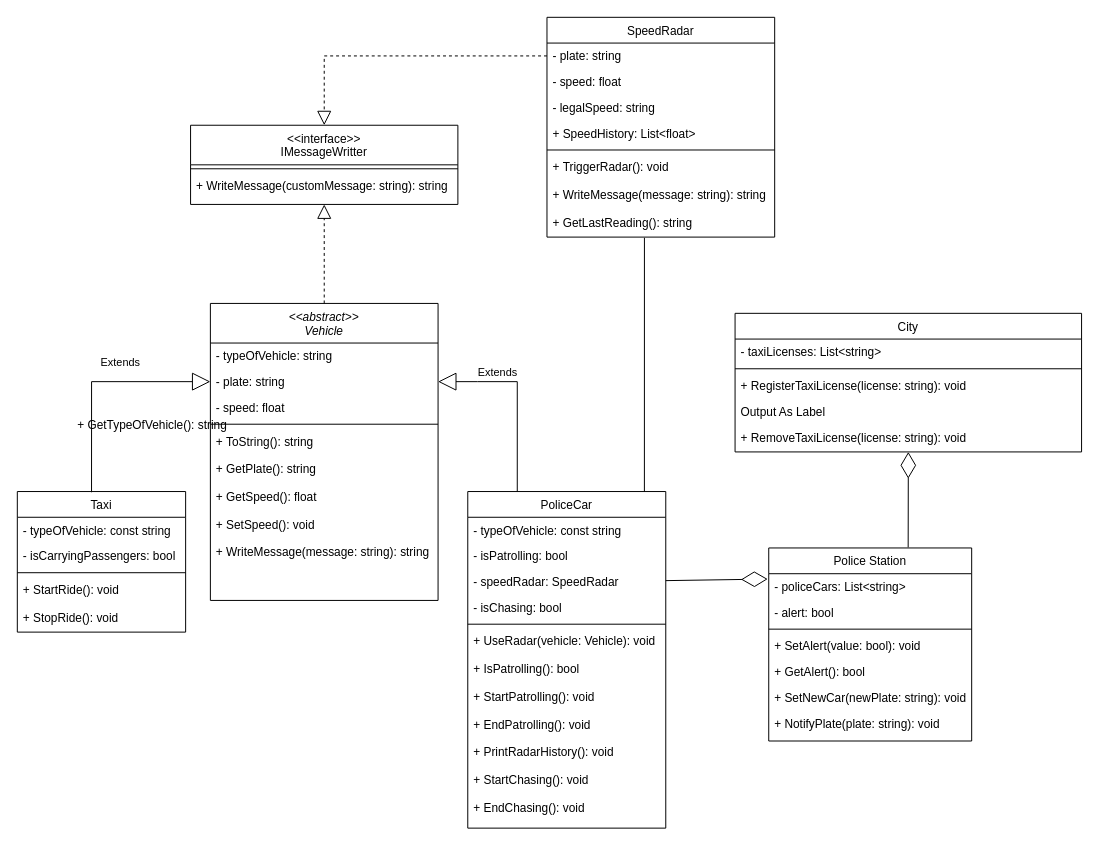
The draw.io diagram Practica2/Practica2_UML.drawio in 202215473/PyTP_practicas, before the edit. Source tidied: cells renumbered, new cells numbered last; positions are measured from the earlier drawing's top-left corner, leaving out a move shared by most shapes. Both pictures are drawn from the tidied source at 99%, with x=0, y=0 at pixel (17, 17).
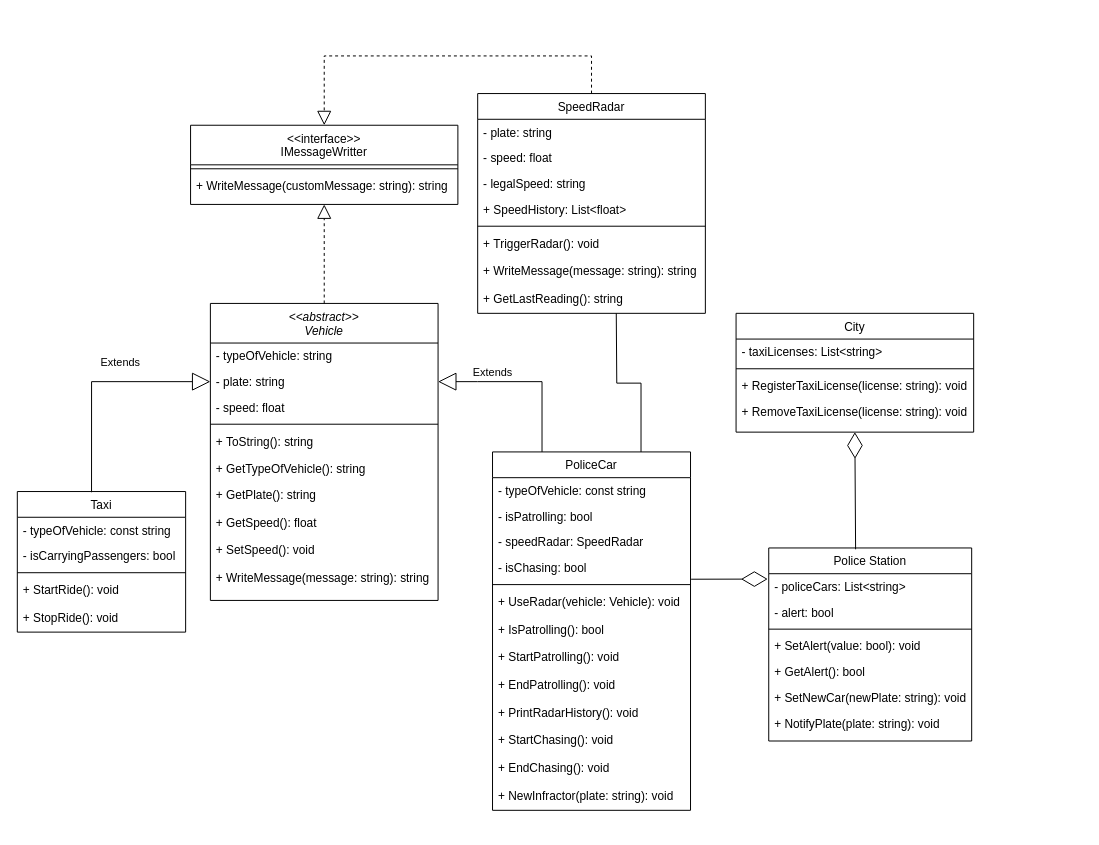
Above is the later version.

The change refers to these unchanged cells:
```xml
<mxCell id="4" value="- plate: string" style="text;align=left;verticalAlign=top;spacingLeft=4;spacingRight=4;overflow=hidden;points=[[0,0.5],[1,0.5]];portConstraint=eastwest;rounded=0;shadow=0;html=0;" parent="2" vertex="1">
  <mxGeometry y="66" width="230" height="26" as="geometry" />
</mxCell>
<mxCell id="22" value="- isChasing: bool" style="text;align=left;verticalAlign=top;spacingLeft=4;spacingRight=4;overflow=hidden;points=[[0,0.5],[1,0.5]];portConstraint=eastwest;rounded=0;shadow=0;html=0;" parent="18" vertex="1">
  <mxGeometry y="104" width="200" height="26" as="geometry" />
</mxCell>
<mxCell id="32" value="- policeCars: List&lt;string&gt;" style="text;align=left;verticalAlign=top;spacingLeft=4;spacingRight=4;overflow=hidden;points=[[0,0.5],[1,0.5]];portConstraint=eastwest;" parent="31" vertex="1">
  <mxGeometry y="26" width="205" height="26" as="geometry" />
</mxCell>
<mxCell id="40" value="- plate: string" style="text;align=left;verticalAlign=top;spacingLeft=4;spacingRight=4;overflow=hidden;points=[[0,0.5],[1,0.5]];portConstraint=eastwest;rounded=0;shadow=0;html=0;" parent="39" vertex="1">
  <mxGeometry y="26" width="230" height="26" as="geometry" />
</mxCell>
<mxCell id="47" value="+ GetLastReading(): string" style="text;align=left;verticalAlign=top;spacingLeft=4;spacingRight=4;overflow=hidden;points=[[0,0.5],[1,0.5]];portConstraint=eastwest;" parent="39" vertex="1">
  <mxGeometry y="194" width="230" height="28" as="geometry" />
</mxCell>
```

What changed in the source:
```diff
@@
-    <mxCell id="0" />
-    <mxCell id="1" parent="0" />
+    <mxCell id="65" />
+    <mxCell id="66" parent="65" />
-    <mxCell id="2" value="&lt;&lt;abstract&gt;&gt;&#10;Vehicle" style="swimlane;fontStyle=2;align=center;verticalAlign=top;horizontal=1;startSize=40;rounded=0;shadow=0;strokeWidth=1;" parent="1" vertex="1">
+    <mxCell id="2" value="&lt;&lt;abstract&gt;&gt;&#10;Vehicle" style="swimlane;fontStyle=2;align=center;verticalAlign=top;horizontal=1;startSize=40;rounded=0;shadow=0;strokeWidth=1;" parent="66" vertex="1">
       <mxGeometry x="195" y="289" width="230" height="300" as="geometry" />
     </mxCell>
@@
+    <mxCell id="64" value="+ GetTypeOfVehicle(): string" style="text;align=left;verticalAlign=top;spacingLeft=4;spacingRight=4;overflow=hidden;fontStyle=0;" parent="2" vertex="1">
+      <mxGeometry y="154" width="230" height="26" as="geometry" />
+    </mxCell>
     <mxCell id="8" value="+ GetPlate(): string" style="text;align=left;verticalAlign=top;spacingLeft=4;spacingRight=4;overflow=hidden;" parent="2" vertex="1">
-      <mxGeometry y="154" width="230" height="28" as="geometry" />
+      <mxGeometry y="180" width="230" height="28" as="geometry" />
     </mxCell>
     <mxCell id="9" value="+ GetSpeed(): float" style="text;align=left;verticalAlign=top;spacingLeft=4;spacingRight=4;overflow=hidden;" parent="2" vertex="1">
-      <mxGeometry y="182" width="230" height="28" as="geometry" />
+      <mxGeometry y="208" width="230" height="28" as="geometry" />
     </mxCell>
     <mxCell id="10" value="+ SetSpeed(): void" style="text;align=left;verticalAlign=top;spacingLeft=4;spacingRight=4;overflow=hidden;" parent="2" vertex="1">
-      <mxGeometry y="210" width="230" height="28" as="geometry" />
+      <mxGeometry y="236" width="230" height="28" as="geometry" />
     </mxCell>
     <mxCell id="11" value="+ WriteMessage(message: string): string" style="text;align=left;verticalAlign=top;spacingLeft=4;spacingRight=4;overflow=hidden;" parent="2" vertex="1">
-      <mxGeometry y="238" width="230" height="28" as="geometry" />
+      <mxGeometry y="264" width="230" height="28" as="geometry" />
     </mxCell>
-    <mxCell id="12" value="Taxi" style="swimlane;fontStyle=0;align=center;verticalAlign=top;horizontal=1;startSize=26;rounded=0;shadow=0;strokeWidth=1;" parent="1" vertex="1">
+    <mxCell id="12" value="Taxi" style="swimlane;fontStyle=0;align=center;verticalAlign=top;horizontal=1;startSize=26;rounded=0;shadow=0;strokeWidth=1;" parent="66" vertex="1">
       <mxGeometry y="479" width="170" height="142" as="geometry" />
     </mxCell>
@@
-    <mxCell id="18" value="PoliceCar" style="swimlane;fontStyle=0;align=center;verticalAlign=top;horizontal=1;startSize=26;rounded=0;shadow=0;strokeWidth=1;" parent="1" vertex="1">
-      <mxGeometry x="455" y="479" width="200" height="340" as="geometry" />
+    <mxCell id="18" value="PoliceCar" style="swimlane;fontStyle=0;align=center;verticalAlign=top;horizontal=1;startSize=26;rounded=0;shadow=0;strokeWidth=1;" parent="66" vertex="1">
+      <mxGeometry x="480" y="439" width="200" height="362" as="geometry" />
     </mxCell>
@@
+    <mxCell id="67" value="+ NewInfractor(plate: string): void" style="text;align=left;verticalAlign=top;spacingLeft=4;spacingRight=4;overflow=hidden;" parent="18" vertex="1">
+      <mxGeometry y="334" width="200" height="28" as="geometry" />
+    </mxCell>
-    <mxCell id="31" value="Police Station" style="swimlane;fontStyle=0;align=center;verticalAlign=top;horizontal=1;startSize=26;rounded=0;shadow=0;strokeWidth=1;" parent="1" vertex="1">
+    <mxCell id="31" value="Police Station" style="swimlane;fontStyle=0;align=center;verticalAlign=top;horizontal=1;startSize=26;rounded=0;shadow=0;strokeWidth=1;" parent="66" vertex="1">
       <mxGeometry x="759" y="536" width="205" height="195" as="geometry" />
     </mxCell>
@@
-    <mxCell id="39" value="SpeedRadar" style="swimlane;fontStyle=0;align=center;verticalAlign=top;horizontal=1;startSize=26;rounded=0;shadow=0;strokeWidth=1;" parent="1" vertex="1">
-      <mxGeometry x="535" width="230" height="222" as="geometry" />
+    <mxCell id="39" value="SpeedRadar" style="swimlane;fontStyle=0;align=center;verticalAlign=top;horizontal=1;startSize=26;rounded=0;shadow=0;strokeWidth=1;" parent="66" vertex="1">
+      <mxGeometry x="465" y="77" width="230" height="222" as="geometry" />
     </mxCell>
@@
-    <mxCell id="48" value="City" style="swimlane;fontStyle=0;align=center;verticalAlign=top;horizontal=1;startSize=26;rounded=0;shadow=0;strokeWidth=1;" parent="1" vertex="1">
-      <mxGeometry x="725" y="299" width="350" height="140" as="geometry" />
+    <mxCell id="48" value="City" style="swimlane;fontStyle=0;align=center;verticalAlign=top;horizontal=1;startSize=26;rounded=0;shadow=0;strokeWidth=1;" parent="66" vertex="1">
+      <mxGeometry x="726" y="299" width="240" height="120" as="geometry" />
     </mxCell>
     <mxCell id="49" value="- taxiLicenses: List&lt;string&gt;" style="text;align=left;verticalAlign=top;spacingLeft=4;spacingRight=4;overflow=hidden;" parent="48" vertex="1">
-      <mxGeometry y="26" width="350" height="26" as="geometry" />
+      <mxGeometry y="26" width="240" height="26" as="geometry" />
     </mxCell>
-    <mxCell id="50" style="line;html=1;strokeWidth=1;align=left;verticalAlign=middle;spacingTop=-1;spacingLeft=3;spacingRight=3;labelPosition=right;" parent="48" vertex="1">
-      <mxGeometry y="52" width="350" height="8" as="geometry" />
-    </mxCell>
+    <mxCell id="68" style="line;html=1;strokeWidth=1;align=left;verticalAlign=middle;spacingTop=-1;spacingLeft=3;spacingRight=3;labelPosition=right;" parent="48" vertex="1">
+      <mxGeometry y="52" width="240" height="8" as="geometry" />
+    </mxCell>
     <mxCell id="51" value="+ RegisterTaxiLicense(license: string): void" style="text;align=left;verticalAlign=top;spacingLeft=4;spacingRight=4;overflow=hidden;" parent="48" vertex="1">
-      <mxGeometry y="60" width="350" height="26" as="geometry" />
+      <mxGeometry y="60" width="240" height="26" as="geometry" />
     </mxCell>
-    <mxCell id="52" value="Output As Label" style="text;align=left;verticalAlign=top;spacingLeft=4;spacingRight=4;overflow=hidden;" parent="48" vertex="1">
-      <mxGeometry y="86" width="350" height="26" as="geometry" />
-    </mxCell>
     <mxCell id="53" value="+ RemoveTaxiLicense(license: string): void" style="text;align=left;verticalAlign=top;spacingLeft=4;spacingRight=4;overflow=hidden;" parent="48" vertex="1">
-      <mxGeometry y="112" width="350" height="26" as="geometry" />
+      <mxGeometry y="86" width="240" height="26" as="geometry" />
     </mxCell>
-    <mxCell id="54" value="&lt;&lt;interface&gt;&gt;&#10;IMessageWritter&#10;" style="swimlane;fontStyle=0;align=center;verticalAlign=top;horizontal=1;startSize=40;rounded=0;shadow=0;strokeWidth=1;" parent="1" vertex="1">
+    <mxCell id="54" value="&lt;&lt;interface&gt;&gt;&#10;IMessageWritter&#10;" style="swimlane;fontStyle=0;align=center;verticalAlign=top;horizontal=1;startSize=40;rounded=0;shadow=0;strokeWidth=1;" parent="66" vertex="1">
       <mxGeometry x="175" y="109" width="270" height="80" as="geometry" />
     </mxCell>
@@
-    <mxCell id="57" value="Extends" style="endArrow=block;endSize=16;endFill=0;html=1;rounded=0;entryX=0;entryY=0.5;entryDx=0;entryDy=0;exitX=0.441;exitY=0.005;exitDx=0;exitDy=0;exitPerimeter=0;" parent="1" edge="1" source="12" target="4">
+    <mxCell id="57" value="Extends" style="endArrow=block;endSize=16;endFill=0;html=1;rounded=0;entryX=0;entryY=0.5;entryDx=0;entryDy=0;exitX=0.441;exitY=0.005;exitDx=0;exitDy=0;exitPerimeter=0;" parent="66" edge="1" source="12" target="4">
       <mxGeometry x="0.22" y="19" relative="1" as="geometry">
         <Array as="points">
           <mxPoint x="75" y="368" />
         </Array>
       </mxGeometry>
     </mxCell>
-    <mxCell id="58" value="Extends" style="endArrow=block;endSize=16;endFill=0;html=1;rounded=0;entryX=1;entryY=0.5;entryDx=0;entryDy=0;exitX=0.25;exitY=0;exitDx=0;exitDy=0;" parent="1" edge="1" source="18" target="4">
+    <mxCell id="58" value="Extends" style="endArrow=block;endSize=16;endFill=0;html=1;rounded=0;entryX=1;entryY=0.5;entryDx=0;entryDy=0;exitX=0.25;exitY=0;exitDx=0;exitDy=0;" parent="66" edge="1" source="18" target="4">
       <mxGeometry x="0.37" y="-9" relative="1" as="geometry">
         <Array as="points">
-          <mxPoint x="505" y="368" />
+          <mxPoint x="530" y="368" />
           <mxPoint x="465" y="368" />
         </Array>
       </mxGeometry>
     </mxCell>
-    <mxCell id="59" style="endArrow=block;dashed=1;endFill=0;endSize=12;html=1;rounded=0;entryX=0.5;entryY=1;entryDx=0;entryDy=0;exitX=0.5;exitY=0;exitDx=0;exitDy=0;" parent="1" edge="1" source="2" target="54">
+    <mxCell id="59" style="endArrow=block;dashed=1;endFill=0;endSize=12;html=1;rounded=0;entryX=0.5;entryY=1;entryDx=0;entryDy=0;exitX=0.5;exitY=0;exitDx=0;exitDy=0;" parent="66" edge="1" source="2" target="54">
       <mxGeometry relative="1" as="geometry" />
     </mxCell>
-    <mxCell id="60" style="endArrow=block;dashed=1;endFill=0;endSize=12;html=1;rounded=0;entryX=0.5;entryY=0;entryDx=0;entryDy=0;exitX=0;exitY=0.5;exitDx=0;exitDy=0;" parent="1" edge="1" source="40" target="54">
-      <mxGeometry relative="1" as="geometry">
-        <Array as="points">
-          <mxPoint x="310" y="39" />
-        </Array>
-      </mxGeometry>
-    </mxCell>
-    <mxCell id="61" style="endArrow=diamondThin;endFill=0;endSize=24;html=1;rounded=0;entryX=-0.005;entryY=0.208;entryDx=0;entryDy=0;entryPerimeter=0;" parent="1" edge="1" target="32">
-      <mxGeometry relative="1" as="geometry">
-        <mxPoint x="655" y="569" as="sourcePoint" />
-      </mxGeometry>
-    </mxCell>
-    <mxCell id="62" style="endArrow=none;html=1;edgeStyle=orthogonalEdgeStyle;rounded=0;entryX=0.892;entryY=0.001;entryDx=0;entryDy=0;entryPerimeter=0;exitX=0.428;exitY=1.025;exitDx=0;exitDy=0;exitPerimeter=0;" parent="1" edge="1" source="47" target="18">
-      <mxGeometry relative="1" as="geometry" />
-    </mxCell>
+    <mxCell id="69" style="endArrow=block;dashed=1;endFill=0;endSize=12;html=1;rounded=0;entryX=0.5;entryY=0;entryDx=0;entryDy=0;exitX=0.5;exitY=0;exitDx=0;exitDy=0;" parent="66" edge="1" source="39" target="54">
+      <mxGeometry relative="1" as="geometry">
+        <Array as="points">
+          <mxPoint x="580" y="39" />
+          <mxPoint x="310" y="39" />
+        </Array>
+      </mxGeometry>
+    </mxCell>
+    <mxCell id="70" style="endArrow=diamondThin;endFill=0;endSize=24;html=1;rounded=0;entryX=-0.005;entryY=0.208;entryDx=0;entryDy=0;entryPerimeter=0;exitX=1.003;exitY=0.945;exitDx=0;exitDy=0;exitPerimeter=0;" parent="66" edge="1" source="22" target="32">
+      <mxGeometry relative="1" as="geometry" />
+    </mxCell>
+    <mxCell id="71" style="endArrow=none;html=1;edgeStyle=orthogonalEdgeStyle;rounded=0;entryX=0.75;entryY=0;entryDx=0;entryDy=0;" parent="66" edge="1" target="18">
+      <mxGeometry relative="1" as="geometry">
+        <mxPoint x="605" y="299" as="sourcePoint" />
+      </mxGeometry>
+    </mxCell>
-    <mxCell id="63" style="endArrow=diamondThin;endFill=0;endSize=24;html=1;rounded=0;exitX=0.687;exitY=-0.003;exitDx=0;exitDy=0;exitPerimeter=0;entryX=0.5;entryY=1;entryDx=0;entryDy=0;" parent="1" edge="1" source="31" target="48">
+    <mxCell id="63" style="endArrow=diamondThin;endFill=0;endSize=24;html=1;rounded=0;entryX=0.5;entryY=1;entryDx=0;entryDy=0;exitX=0.428;exitY=0.007;exitDx=0;exitDy=0;exitPerimeter=0;" parent="66" edge="1" source="31" target="48">
       <mxGeometry relative="1" as="geometry" />
     </mxCell>
-    <mxCell id="64" value="+ GetTypeOfVehicle(): string" style="text;align=left;verticalAlign=top;spacingLeft=4;spacingRight=4;overflow=hidden;fontStyle=0;" parent="1" vertex="1">
-      <mxGeometry x="55" y="398" width="230" height="26" as="geometry" />
-    </mxCell>
```
